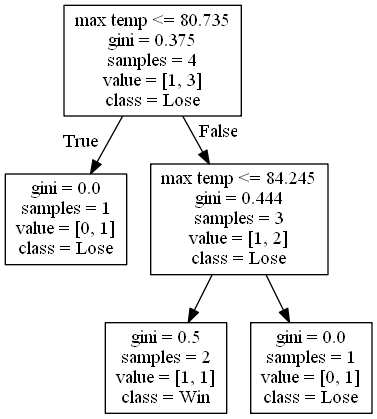
Earlier version of the Graphviz export DecisionTrees/Conference USAdecision_tree_no_score_or_attendance7.png (alexana-steck/CSE482Project). Its source is kept beside it as DecisionTrees/Conference USAdecision_tree_no_score_or_attendance7.dot. The source it was exported from:
```dot
digraph Tree {
node [shape=box] ;
0 [label="max temp <= 80.735\ngini = 0.375\nsamples = 4\nvalue = [1, 3]\nclass = Lose"] ;
1 [label="gini = 0.0\nsamples = 1\nvalue = [0, 1]\nclass = Lose"] ;
0 -> 1 [labeldistance=2.5, labelangle=45, headlabel="True"] ;
2 [label="max temp <= 84.245\ngini = 0.444\nsamples = 3\nvalue = [1, 2]\nclass = Lose"] ;
0 -> 2 [labeldistance=2.5, labelangle=-45, headlabel="False"] ;
3 [label="gini = 0.5\nsamples = 2\nvalue = [1, 1]\nclass = Win"] ;
2 -> 3 ;
4 [label="gini = 0.0\nsamples = 1\nvalue = [0, 1]\nclass = Lose"] ;
2 -> 4 ;
}
```
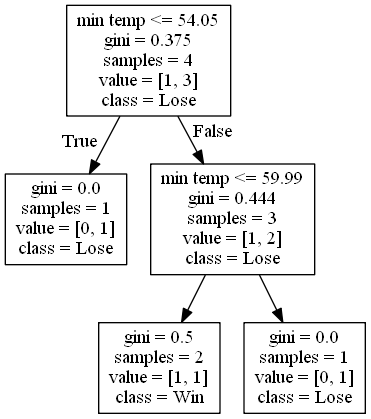
After the commit.

Diff of the diagram source:
```diff
@@ -1,9 +1,9 @@
 digraph Tree {
 node [shape=box] ;
-0 [label="max temp <= 80.735\ngini = 0.375\nsamples = 4\nvalue = [1, 3]\nclass = Lose"] ;
+0 [label="min temp <= 54.05\ngini = 0.375\nsamples = 4\nvalue = [1, 3]\nclass = Lose"] ;
 1 [label="gini = 0.0\nsamples = 1\nvalue = [0, 1]\nclass = Lose"] ;
 0 -> 1 [labeldistance=2.5, labelangle=45, headlabel="True"] ;
-2 [label="max temp <= 84.245\ngini = 0.444\nsamples = 3\nvalue = [1, 2]\nclass = Lose"] ;
+2 [label="min temp <= 59.99\ngini = 0.444\nsamples = 3\nvalue = [1, 2]\nclass = Lose"] ;
 0 -> 2 [labeldistance=2.5, labelangle=-45, headlabel="False"] ;
 3 [label="gini = 0.5\nsamples = 2\nvalue = [1, 1]\nclass = Win"] ;
 2 -> 3 ;
```
